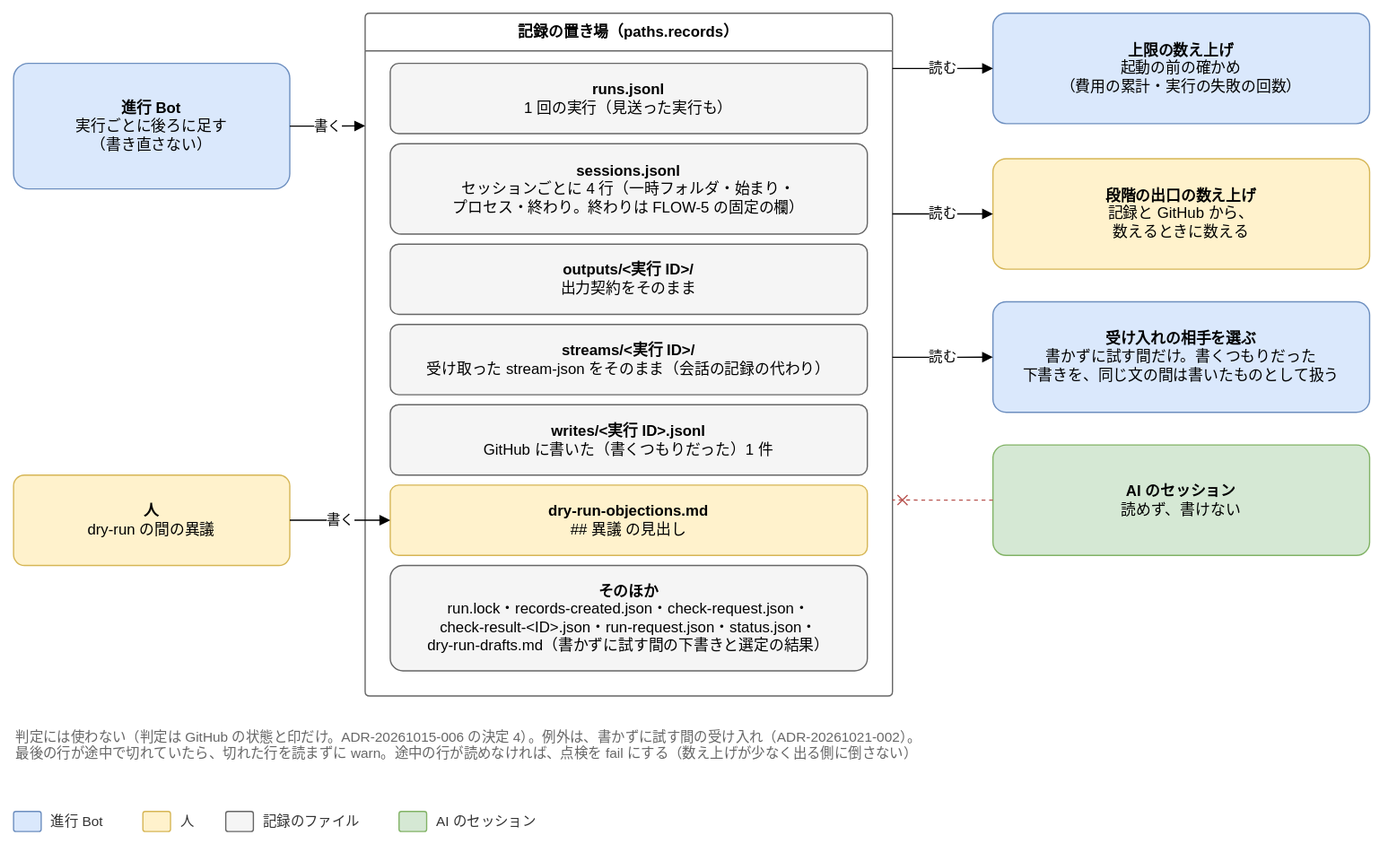
Before: docs/design/basic/diagrams/02-records.drawio.svg, a diagram exported from draw.io (Joymerrevent/dev-autopilot). Source tidied: cells renumbered, new cells last; positions are measured from the earlier drawing's top-left corner, leaving out a move shared by most shapes.
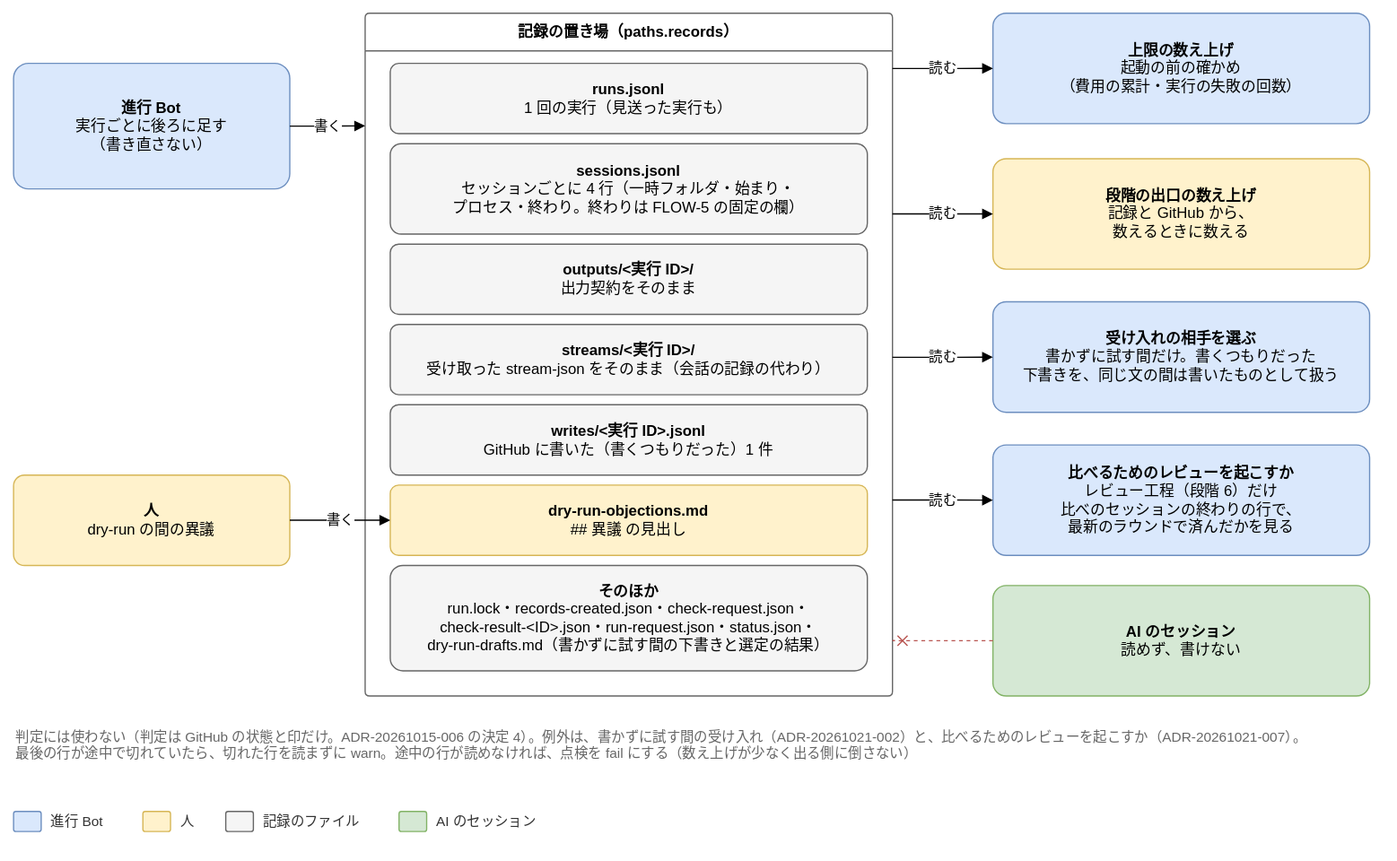
Later version of the same file.

Diff of the diagram source:
```diff
@@ -42,7 +42,7 @@
       <mxGeometry x="780" y="116" width="300" height="88" as="geometry" />
     </mxCell>
     <mxCell id="15" value="&lt;b&gt;AI のセッション&lt;/b&gt;&lt;br&gt;読めず、書けない" style="rounded=1;whiteSpace=wrap;html=1;fontSize=12;arcSize=12;spacing=12;fillColor=#d5e8d4;strokeColor=#82b366;" parent="1" vertex="1">
-      <mxGeometry x="780" y="344" width="300" height="88" as="geometry" />
+      <mxGeometry x="780" y="456" width="300" height="88" as="geometry" />
     </mxCell>
     <mxCell id="16" value="読む" style="edgeStyle=orthogonalEdgeStyle;rounded=1;html=1;endArrow=block;endFill=1;fontSize=11;labelBackgroundColor=#ffffff;exitX=1;exitDx=0;exitDy=0;entryX=0;entryY=0.5;entryDx=0;entryDy=0;exitY=0.081;" parent="1" edge="1" source="4" target="13">
       <mxGeometry relative="1" as="geometry" />
@@ -50,10 +50,10 @@
     <mxCell id="17" value="読む" style="edgeStyle=orthogonalEdgeStyle;rounded=1;html=1;endArrow=block;endFill=1;fontSize=11;labelBackgroundColor=#ffffff;exitX=1;exitDx=0;exitDy=0;entryX=0;entryY=0.5;entryDx=0;entryDy=0;exitY=0.294;" parent="1" edge="1" source="4" target="14">
       <mxGeometry relative="1" as="geometry" />
     </mxCell>
-    <mxCell id="18" style="edgeStyle=orthogonalEdgeStyle;rounded=1;html=1;endArrow=block;endFill=1;fontSize=11;labelBackgroundColor=#ffffff;dashed=1;strokeColor=#b85450;fontColor=#b85450;endArrow=cross;endFill=0;exitX=0;exitY=0.5;exitDx=0;exitDy=0;entryX=1;entryDx=0;entryDy=0;entryY=0.713;" parent="1" edge="1" source="15" target="4">
+    <mxCell id="18" style="edgeStyle=orthogonalEdgeStyle;rounded=1;html=1;endArrow=block;endFill=1;fontSize=11;labelBackgroundColor=#ffffff;dashed=1;strokeColor=#b85450;fontColor=#b85450;endArrow=cross;endFill=0;exitX=0;exitY=0.5;exitDx=0;exitDy=0;entryX=1;entryDx=0;entryDy=0;entryY=0.919;" parent="1" edge="1" source="15" target="4">
       <mxGeometry relative="1" as="geometry" />
     </mxCell>
-    <mxCell id="19" value="判定には使わない（判定は GitHub の状態と印だけ。ADR-20261015-006 の決定 4）。例外は、書かずに試す間の受け入れ（ADR-20261021-002）。&lt;br&gt;最後の行が途中で切れていたら、切れた行を読まずに warn。途中の行が読めなければ、点検を fail にする（数え上げが少なく出る側に倒さない）" style="text;html=1;whiteSpace=wrap;align=left;verticalAlign=top;fontSize=11;fontColor=#666666;" parent="1" vertex="1">
+    <mxCell id="19" value="判定には使わない（判定は GitHub の状態と印だけ。ADR-20261015-006 の決定 4）。例外は、書かずに試す間の受け入れ（ADR-20261021-002）と、比べるためのレビューを起こすか（ADR-20261021-007）。&lt;br&gt;最後の行が途中で切れていたら、切れた行を読まずに warn。途中の行が読めなければ、点検を fail にする（数え上げが少なく出る側に倒さない）" style="text;html=1;whiteSpace=wrap;align=left;verticalAlign=top;fontSize=11;fontColor=#666666;" parent="1" vertex="1">
       <mxGeometry y="564" width="1080" height="54" as="geometry" />
     </mxCell>
     <mxCell id="20" value="&lt;b&gt;そのほか&lt;/b&gt;&lt;br&gt;run.lock・records-created.json・check-request.json・&lt;br&gt;check-result-&amp;lt;ID&amp;gt;.json・run-request.json・status.json・&lt;br&gt;dry-run-drafts.md（書かずに試す間の下書きと選定の結果）" style="rounded=1;whiteSpace=wrap;html=1;fontSize=12;arcSize=12;spacing=12;fillColor=#f5f5f5;strokeColor=#666666;" parent="1" vertex="1">
@@ -89,5 +89,11 @@
     <mxCell id="30" value="読む" style="edgeStyle=orthogonalEdgeStyle;rounded=1;html=1;endArrow=block;endFill=1;fontSize=11;labelBackgroundColor=#ffffff;exitX=1;exitY=0.504;exitDx=0;exitDy=0;entryX=0;entryY=0.5;entryDx=0;entryDy=0;" parent="1" edge="1" source="4" target="29">
       <mxGeometry relative="1" as="geometry" />
     </mxCell>
+    <mxCell id="31" value="&lt;b&gt;比べるためのレビューを起こすか&lt;/b&gt;&lt;br&gt;レビュー工程（段階 6）だけ&lt;br&gt;比べのセッションの終わりの行で、&lt;br&gt;最新のラウンドで済んだかを見る" style="rounded=1;whiteSpace=wrap;html=1;fontSize=12;arcSize=12;spacing=12;fillColor=#dae8fc;strokeColor=#6c8ebf;" parent="1" vertex="1">
+      <mxGeometry x="780" y="344" width="300" height="88" as="geometry" />
+    </mxCell>
+    <mxCell id="32" value="読む" style="edgeStyle=orthogonalEdgeStyle;rounded=1;html=1;endArrow=block;endFill=1;fontSize=11;labelBackgroundColor=#ffffff;exitX=1;exitY=0.713;exitDx=0;exitDy=0;entryX=0;entryY=0.5;entryDx=0;entryDy=0;" parent="1" edge="1" source="4" target="31">
+      <mxGeometry relative="1" as="geometry" />
+    </mxCell>
   </root>
 </mxGraphModel>
```
